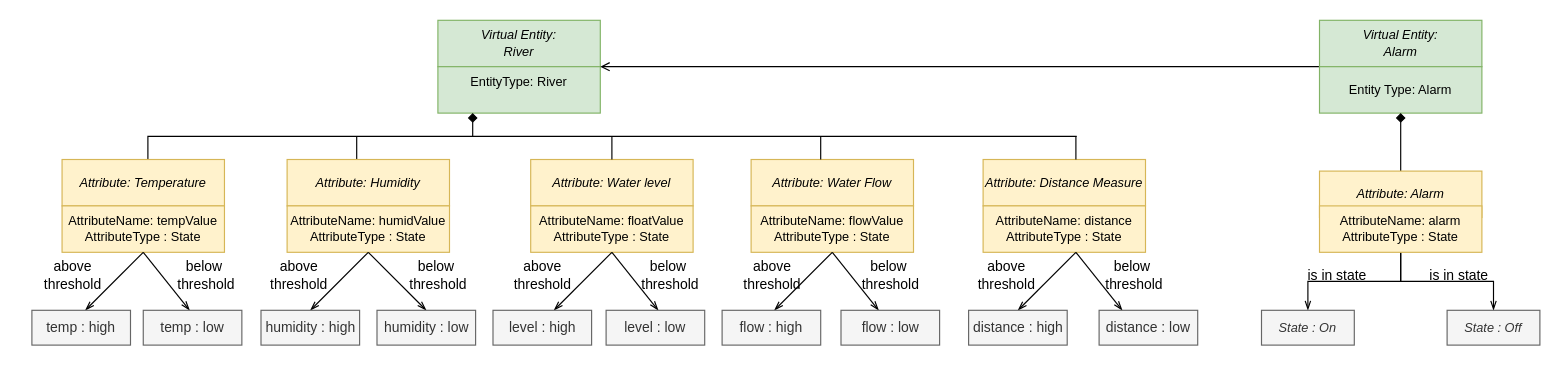
Earlier version of the draw.io diagram editable_diagrams/Step4.drawio (reshma58/IOT_ProjectReport). Source tidied: cells renumbered, new cells numbered last; positions are measured from the earlier drawing's top-left corner, leaving out a move shared by most shapes. Both pictures are drawn from the tidied source at 116%, with x=0, y=0 at pixel (31, 20).
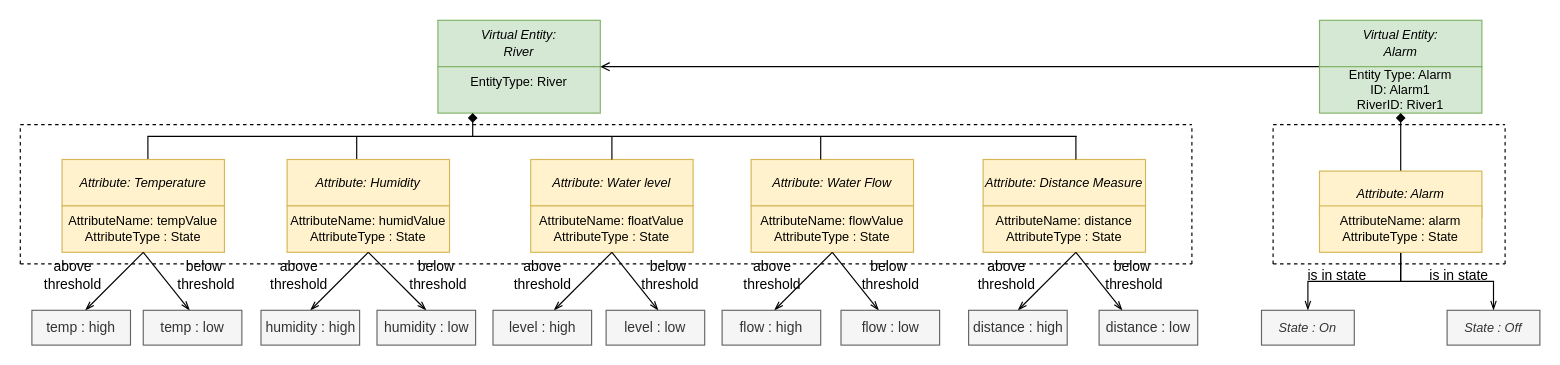
Above is the later version.

What changed in the source:
```diff
@@
-    <mxCell id="6" value="&lt;span style=&quot;font-style: normal&quot;&gt;Entity Type: Alarm&lt;br&gt;&lt;/span&gt;" style="rounded=0;whiteSpace=wrap;html=1;fontStyle=2;fillColor=#d5e8d4;strokeColor=#82b366;fontSize=11;" parent="1" vertex="1">
+    <mxCell id="6" value="&lt;span style=&quot;font-style: normal&quot;&gt;Entity Type: Alarm&lt;br&gt;ID: Alarm1&lt;br&gt;RiverID: River1&lt;br&gt;&lt;/span&gt;" style="rounded=0;whiteSpace=wrap;html=1;fontStyle=2;fillColor=#d5e8d4;strokeColor=#82b366;fontSize=11;" parent="1" vertex="1">
       <mxGeometry x="1110" y="40" width="140" height="40" as="geometry" />
     </mxCell>
@@
+    <mxCell id="62" style="endArrow=none;dashed=1;html=1;" parent="1" edge="1">
+      <mxGeometry relative="1" as="geometry">
+        <mxPoint x="-10" y="90" as="sourcePoint" />
+        <mxPoint x="1000" y="90" as="targetPoint" />
+      </mxGeometry>
+    </mxCell>
+    <mxCell id="63" style="endArrow=none;dashed=1;html=1;strokeColor=#000000;" parent="1" edge="1">
+      <mxGeometry relative="1" as="geometry">
+        <mxPoint x="-10" y="210" as="sourcePoint" />
+        <mxPoint x="-10" y="90" as="targetPoint" />
+      </mxGeometry>
+    </mxCell>
+    <mxCell id="64" style="endArrow=none;dashed=1;html=1;strokeColor=#000000;" parent="1" edge="1">
+      <mxGeometry relative="1" as="geometry">
+        <mxPoint x="-10" y="210" as="sourcePoint" />
+        <mxPoint x="1000" y="210" as="targetPoint" />
+      </mxGeometry>
+    </mxCell>
+    <mxCell id="65" style="endArrow=none;dashed=1;html=1;strokeColor=#000000;" parent="1" edge="1">
+      <mxGeometry relative="1" as="geometry">
+        <mxPoint x="1000" y="210" as="sourcePoint" />
+        <mxPoint x="1000" y="90" as="targetPoint" />
+      </mxGeometry>
+    </mxCell>
+    <mxCell id="66" style="endArrow=none;dashed=1;html=1;strokeColor=#000000;" parent="1" edge="1">
+      <mxGeometry relative="1" as="geometry">
+        <mxPoint x="1070" y="210" as="sourcePoint" />
+        <mxPoint x="1070" y="90" as="targetPoint" />
+      </mxGeometry>
+    </mxCell>
+    <mxCell id="67" style="endArrow=none;dashed=1;html=1;strokeColor=#000000;" parent="1" edge="1">
+      <mxGeometry relative="1" as="geometry">
+        <mxPoint x="1070" y="90" as="sourcePoint" />
+        <mxPoint x="1270" y="90" as="targetPoint" />
+      </mxGeometry>
+    </mxCell>
+    <mxCell id="68" style="endArrow=none;dashed=1;html=1;strokeColor=#000000;" parent="1" edge="1">
+      <mxGeometry relative="1" as="geometry">
+        <mxPoint x="1070" y="210" as="sourcePoint" />
+        <mxPoint x="1270" y="210" as="targetPoint" />
+      </mxGeometry>
+    </mxCell>
+    <mxCell id="69" style="endArrow=none;dashed=1;html=1;strokeColor=#000000;" parent="1" edge="1">
+      <mxGeometry relative="1" as="geometry">
+        <mxPoint x="1270" y="210" as="sourcePoint" />
+        <mxPoint x="1270" y="90" as="targetPoint" />
+      </mxGeometry>
+    </mxCell>
```
